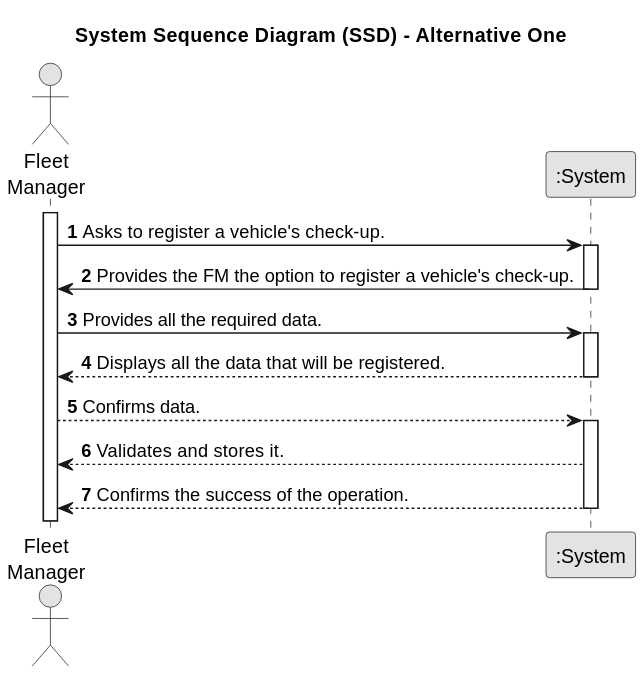
This is docs/sprintA/us007/01.requirements-engineering/svg/us007-system-sequence-diagram-alternative-two.svg from SAEmanuel/Green_Spaces_Management_ISEP, a PlantUML export, as it was before one commit. Its diagram source:
```plantuml
@startuml
skinparam monochrome true
skinparam packageStyle rectangle
skinparam shadowing false

title System Sequence Diagram (SSD) - Alternative One

autonumber

actor "Fleet\nManager" as FM
participant ":System" as System

activate FM

    FM -> System : Asks to register a vehicle's check-up.
    activate System

    System -> FM : Provides the FM the option to register a vehicle's check-up.
        deactivate System

        FM -> System  : Provides all the required data.
    activate System

    System --> FM : Displays all the data that will be registered.
        deactivate System

        FM --> System : Confirms data.
        activate System

        System --> FM : Validates and stores it.


        System --> FM : Confirms the success of the operation.
        deactivate System
@enduml
```
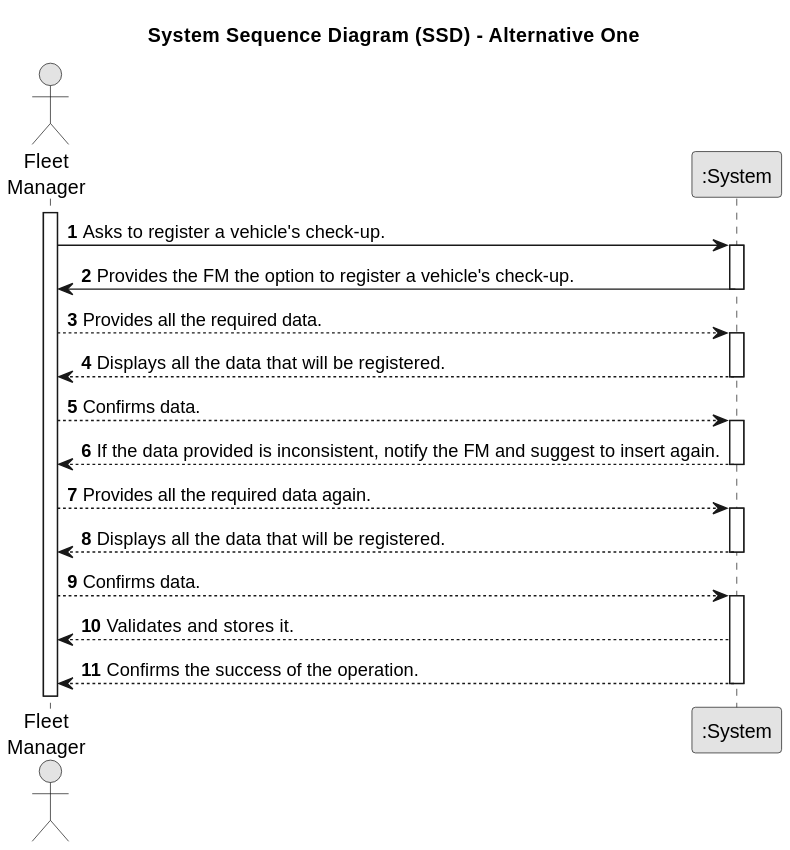
The same file after the commit.

Commit message:
US 04: Domain Model

What changed in the source:
```diff
@@ -18,7 +18,7 @@
     System -> FM : Provides the FM the option to register a vehicle's check-up.
         deactivate System
 
-        FM -> System  : Provides all the required data.
+        FM --> System : Provides all the required data.
     activate System
 
     System --> FM : Displays all the data that will be registered.
@@ -27,6 +27,18 @@
         FM --> System : Confirms data.
         activate System
 
+        System --> FM : If the data provided is inconsistent, notify the FM and suggest to insert again.
+            deactivate System
+
+            FM --> System : Provides all the required data again.
+                activate System
+
+        System --> FM : Displays all the data that will be registered.
+                deactivate System
+
+                FM --> System : Confirms data.
+                activate System
+
         System --> FM : Validates and stores it.
 
 
```
